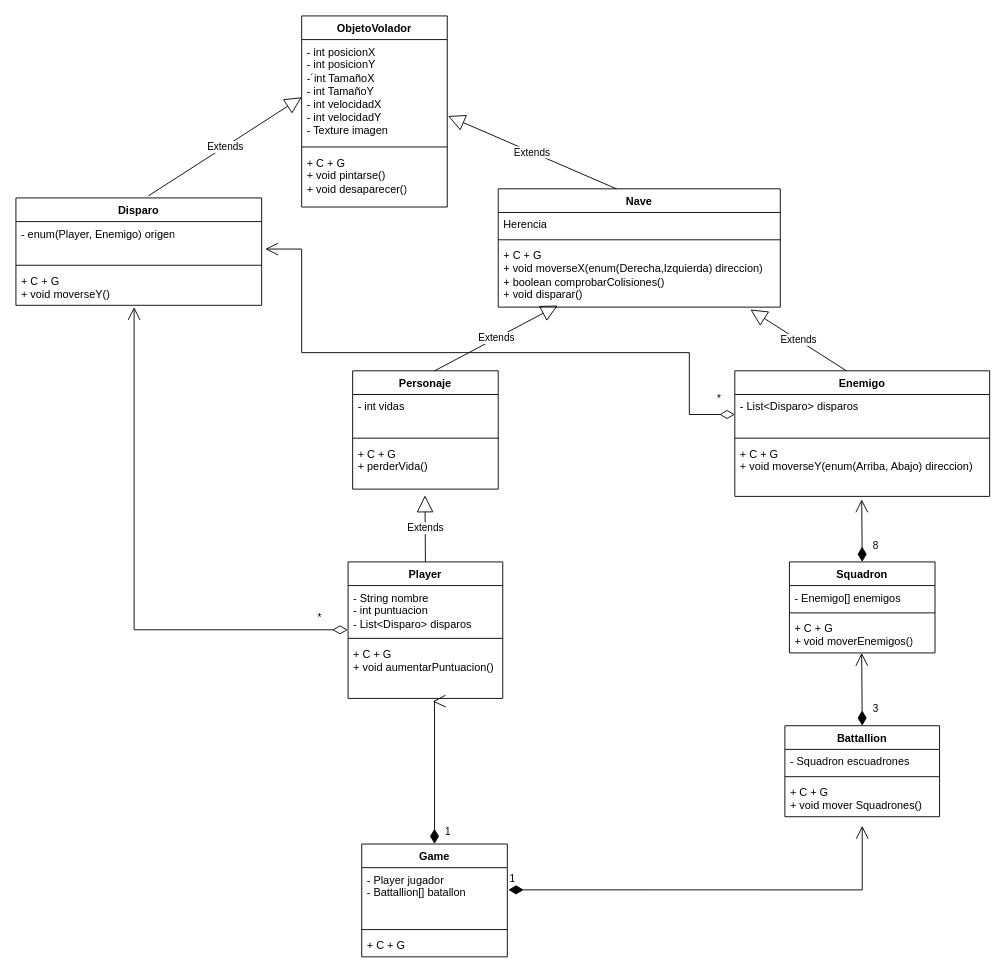
The draw.io diagram proyecto/UML/DiagramaUMLSpaceInvaders.drawio in Cristian210206/proyectoSpaceInvaders-Beta, before the edit. Source tidied: cells renumbered, new cells numbered last; positions are measured from the earlier drawing's top-left corner, leaving out a move shared by most shapes. Both pictures are drawn from the tidied source at 91%, with x=0, y=0 at pixel (15, 15).
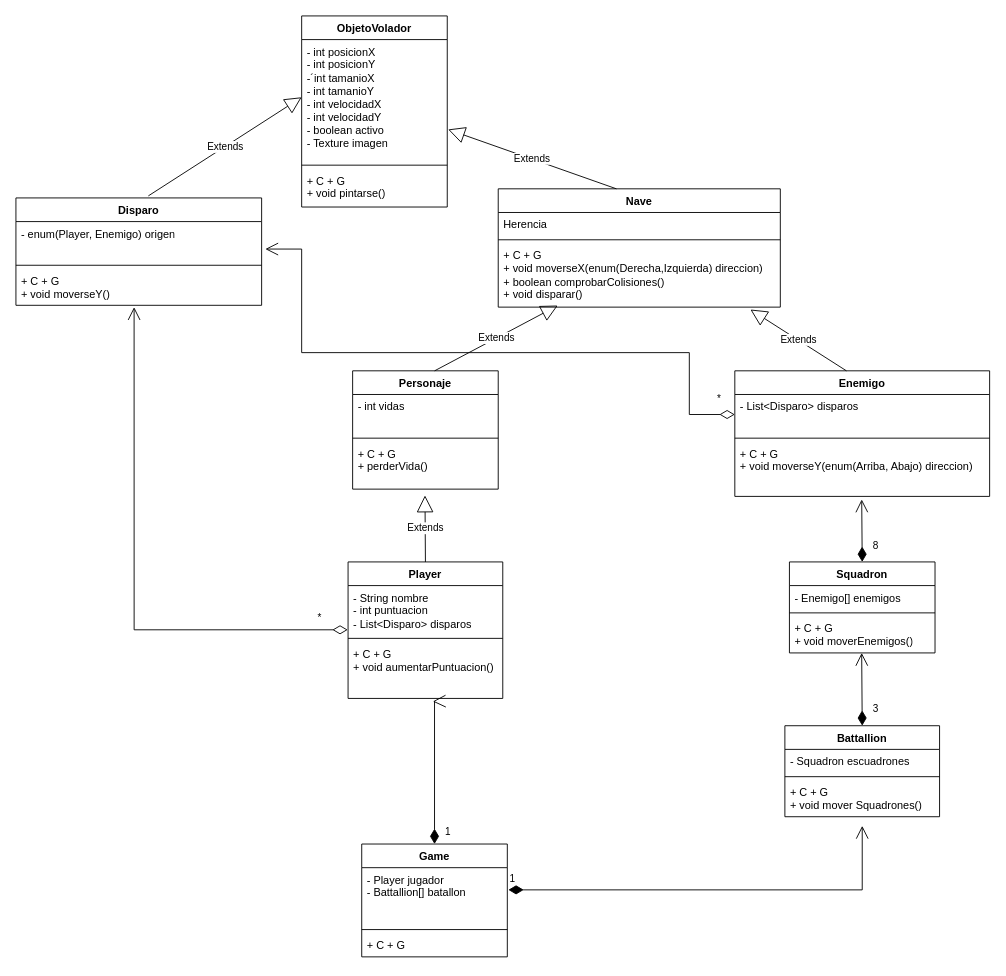
The same page after the edit.

Commit message (it also covers changes not shown here):
Cambios UML

The change refers to these unchanged cells:
```xml
<mxCell id="2" value="ObjetoVolador" style="swimlane;fontStyle=1;align=center;verticalAlign=top;horizontal=1;startSize=26;whiteSpace=wrap;html=1;" parent="1" vertex="1">
  <mxGeometry x="314" width="160" height="210" as="geometry" />
</mxCell>
```

What changed in the source:
```diff
@@
-    <mxCell id="3" value="- int posicionX&lt;div&gt;- int posicionY&lt;/div&gt;&lt;div&gt;-´int TamañoX&lt;/div&gt;&lt;div&gt;- int TamañoY&lt;/div&gt;&lt;div&gt;- int velocidadX&lt;/div&gt;&lt;div&gt;- int velocidadY&lt;/div&gt;&lt;div&gt;- Texture imagen&lt;/div&gt;" style="text;strokeColor=none;fillColor=none;align=left;verticalAlign=top;spacingLeft=4;spacingRight=4;overflow=hidden;points=[[0,0.5],[1,0.5]];portConstraint=eastwest;whiteSpace=wrap;html=1;" parent="2" vertex="1">
-      <mxGeometry y="26" width="160" height="114" as="geometry" />
+    <mxCell id="3" value="- int posicionX&lt;div&gt;- int posicionY&lt;/div&gt;&lt;div&gt;-´int tamanioX&lt;/div&gt;&lt;div&gt;- int tamanioY&lt;/div&gt;&lt;div&gt;- int velocidadX&lt;/div&gt;&lt;div&gt;- int velocidadY&lt;/div&gt;&lt;div&gt;- boolean activo&lt;/div&gt;&lt;div&gt;- Texture imagen&lt;/div&gt;" style="text;strokeColor=none;fillColor=none;align=left;verticalAlign=top;spacingLeft=4;spacingRight=4;overflow=hidden;points=[[0,0.5],[1,0.5]];portConstraint=eastwest;whiteSpace=wrap;html=1;" parent="2" vertex="1">
+      <mxGeometry y="26" width="160" height="134" as="geometry" />
     </mxCell>
     <mxCell id="4" style="line;strokeWidth=1;fillColor=none;align=left;verticalAlign=middle;spacingTop=-1;spacingLeft=3;spacingRight=3;labelPosition=right;strokeColor=inherit;" parent="2" vertex="1">
-      <mxGeometry y="140" width="160" height="8" as="geometry" />
+      <mxGeometry y="160" width="160" height="8" as="geometry" />
     </mxCell>
-    <mxCell id="5" value="+ C + G&lt;div&gt;+ void pintarse()&lt;/div&gt;&lt;div&gt;+ void desaparecer()&lt;/div&gt;" style="text;strokeColor=none;fillColor=none;align=left;verticalAlign=top;spacingLeft=4;spacingRight=4;overflow=hidden;whiteSpace=wrap;html=1;" parent="2" vertex="1">
-      <mxGeometry y="148" width="160" height="62" as="geometry" />
+    <mxCell id="5" value="+ C + G&lt;div&gt;+ void pintarse()&lt;/div&gt;" style="text;strokeColor=none;fillColor=none;align=left;verticalAlign=top;spacingLeft=4;spacingRight=4;overflow=hidden;whiteSpace=wrap;html=1;" parent="2" vertex="1">
+      <mxGeometry y="168" width="160" height="42" as="geometry" />
     </mxCell>
```
